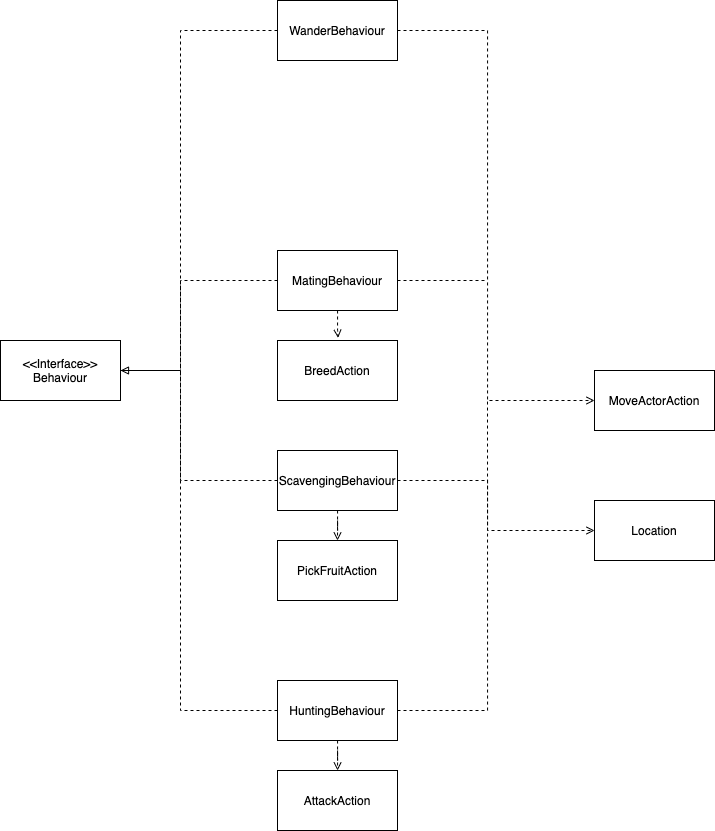
The draw.io diagram docs/FIT2099_A1_UML_Behaviour.png in Nochl/Jurrasic_Park_Sim, before a commit. Source tidied: cells renumbered, new cells last; positions are measured from the earlier drawing's top-left corner, leaving out a move shared by most shapes.
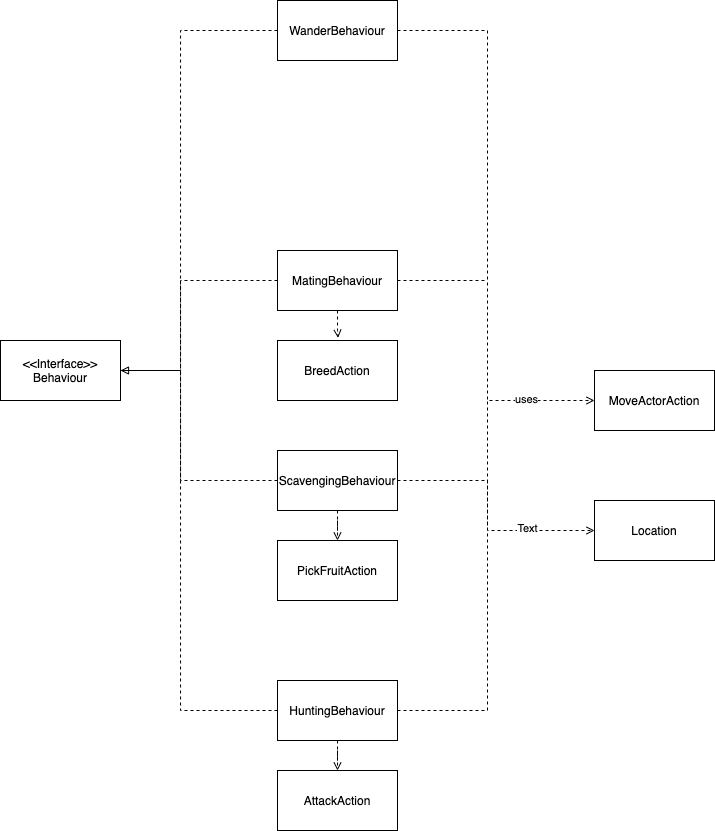
After the change.

Commit message:
Altered UML Class Diagrams

The edit, as a diff of the source:
```diff
@@ -18,6 +18,9 @@
         </Array>
       </mxGeometry>
     </mxCell>
+    <mxCell id="23" value="uses" style="edgeLabel;html=1;align=center;verticalAlign=middle;" parent="3" vertex="1">
+      <mxGeometry x="0.76" y="1" relative="1" as="geometry" />
+    </mxCell>
     <mxCell id="4" value="WanderBehaviour" style="whiteSpace=wrap;html=1;" parent="1" vertex="1">
       <mxGeometry x="277" width="120" height="60" as="geometry" />
     </mxCell>
@@ -78,6 +81,9 @@
         </Array>
       </mxGeometry>
     </mxCell>
+    <mxCell id="24" value="Text" style="edgeLabel;html=1;align=center;verticalAlign=middle;" parent="15" vertex="1">
+      <mxGeometry x="0.46" y="2" relative="1" as="geometry" />
+    </mxCell>
     <mxCell id="16" value="ScavengingBehaviour" style="whiteSpace=wrap;html=1;" parent="1" vertex="1">
       <mxGeometry x="277" y="450" width="120" height="60" as="geometry" />
     </mxCell>
```
